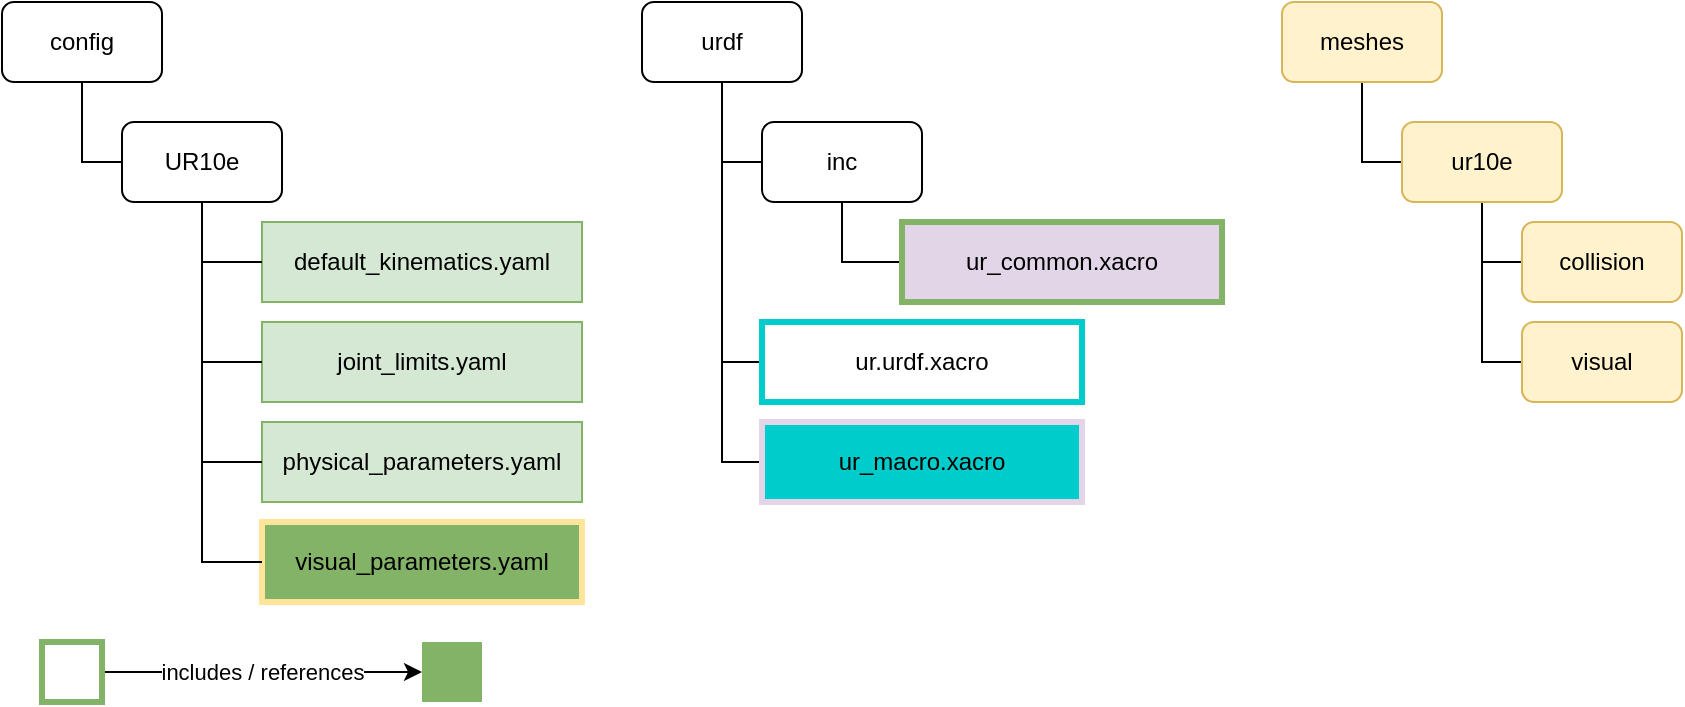
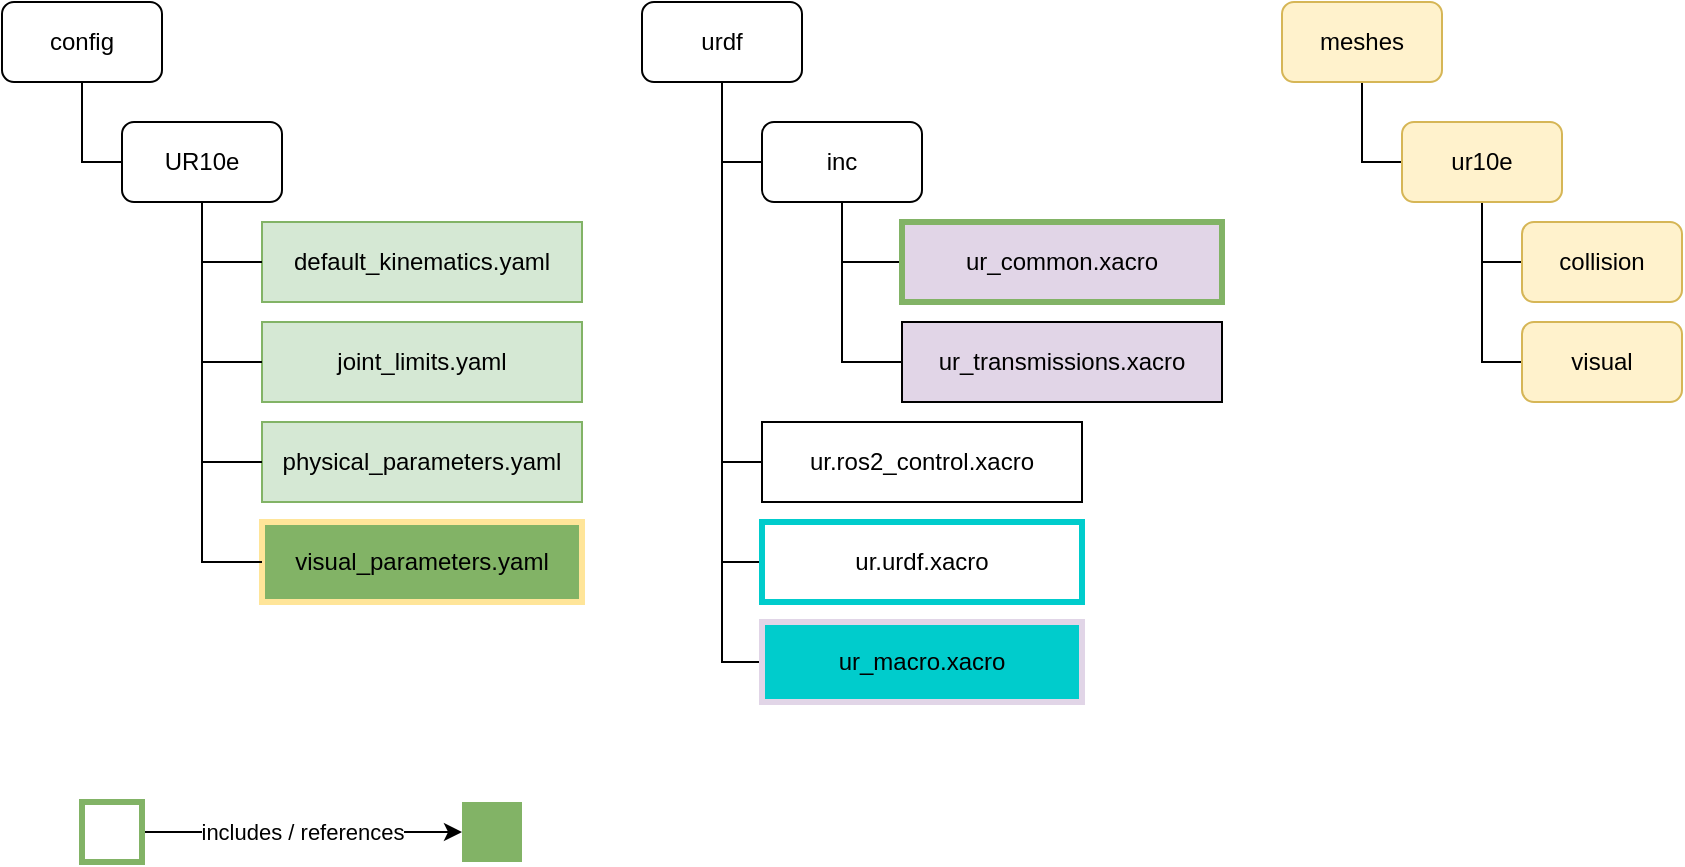
- <mxfile host="Electron" modified="2024-05-07T08:02:08.886Z" agent="Mozilla/5.0 (X11; Linux x86_64) AppleWebKit/537.36 (KHTML, like Gecko) draw.io/24.2.5 Chrome/120.0.6099.109 Electron/28.1.0 Safari/537.36" etag="nxehV0GyylGDc7L4ktMG" version="24.2.5" type="device">
-   <diagram id="pDn8dzBl-16yXPNHU6tY" name="Page-1">
-     <mxGraphModel dx="2074" dy="1239" grid="1" gridSize="10" guides="1" tooltips="1" connect="1" arrows="1" fold="1" page="1" pageScale="1" pageWidth="850" pageHeight="1100" math="0" shadow="0">
-       <root>
-         <mxCell id="0" />
-         <mxCell id="1" parent="0" />
-         <mxCell id="33WVNXEW1kgjeUYGu9OC-1" value="default_kinematics.yaml" style="rounded=0;whiteSpace=wrap;html=1;fillColor=#d5e8d4;strokeColor=#82b366;strokeWidth=1;" parent="1" vertex="1">
-           <mxGeometry x="130" y="110" width="160" height="40" as="geometry" />
-         </mxCell>
-         <mxCell id="33WVNXEW1kgjeUYGu9OC-2" value="joint_limits.yaml" style="rounded=0;whiteSpace=wrap;html=1;fillColor=#d5e8d4;strokeColor=#82b366;strokeWidth=1;" parent="1" vertex="1">
-           <mxGeometry x="130" y="160" width="160" height="40" as="geometry" />
-         </mxCell>
-         <mxCell id="33WVNXEW1kgjeUYGu9OC-3" value="physical_parameters.yaml" style="rounded=0;whiteSpace=wrap;html=1;fillColor=#d5e8d4;strokeColor=#82b366;strokeWidth=1;" parent="1" vertex="1">
-           <mxGeometry x="130" y="210" width="160" height="40" as="geometry" />
-         </mxCell>
-         <mxCell id="33WVNXEW1kgjeUYGu9OC-4" value="visual_parameters.yaml" style="rounded=0;whiteSpace=wrap;html=1;fillColor=#82B366;strokeColor=#FFE599;strokeWidth=3;" parent="1" vertex="1">
-           <mxGeometry x="130" y="260" width="160" height="40" as="geometry" />
-         </mxCell>
-         <mxCell id="33WVNXEW1kgjeUYGu9OC-13" style="edgeStyle=orthogonalEdgeStyle;rounded=0;orthogonalLoop=1;jettySize=auto;html=1;exitX=0.5;exitY=1;exitDx=0;exitDy=0;entryX=0;entryY=0.5;entryDx=0;entryDy=0;endArrow=none;endFill=0;" parent="1" source="33WVNXEW1kgjeUYGu9OC-5" target="33WVNXEW1kgjeUYGu9OC-1" edge="1">
-           <mxGeometry relative="1" as="geometry" />
-         </mxCell>
-         <mxCell id="33WVNXEW1kgjeUYGu9OC-15" style="edgeStyle=orthogonalEdgeStyle;rounded=0;orthogonalLoop=1;jettySize=auto;html=1;exitX=0.5;exitY=1;exitDx=0;exitDy=0;entryX=0;entryY=0.5;entryDx=0;entryDy=0;endArrow=none;endFill=0;" parent="1" source="33WVNXEW1kgjeUYGu9OC-5" target="33WVNXEW1kgjeUYGu9OC-2" edge="1">
-           <mxGeometry relative="1" as="geometry" />
-         </mxCell>
-         <mxCell id="33WVNXEW1kgjeUYGu9OC-16" style="edgeStyle=orthogonalEdgeStyle;rounded=0;orthogonalLoop=1;jettySize=auto;html=1;exitX=0.5;exitY=1;exitDx=0;exitDy=0;entryX=0;entryY=0.5;entryDx=0;entryDy=0;endArrow=none;endFill=0;" parent="1" source="33WVNXEW1kgjeUYGu9OC-5" target="33WVNXEW1kgjeUYGu9OC-3" edge="1">
-           <mxGeometry relative="1" as="geometry" />
-         </mxCell>
-         <mxCell id="33WVNXEW1kgjeUYGu9OC-17" style="edgeStyle=orthogonalEdgeStyle;rounded=0;orthogonalLoop=1;jettySize=auto;html=1;exitX=0.5;exitY=1;exitDx=0;exitDy=0;entryX=0;entryY=0.5;entryDx=0;entryDy=0;endArrow=none;endFill=0;" parent="1" source="33WVNXEW1kgjeUYGu9OC-5" target="33WVNXEW1kgjeUYGu9OC-4" edge="1">
-           <mxGeometry relative="1" as="geometry" />
-         </mxCell>
-         <mxCell id="33WVNXEW1kgjeUYGu9OC-5" value="UR10e" style="rounded=1;whiteSpace=wrap;html=1;" parent="1" vertex="1">
-           <mxGeometry x="60" y="60" width="80" height="40" as="geometry" />
-         </mxCell>
-         <mxCell id="33WVNXEW1kgjeUYGu9OC-9" style="edgeStyle=orthogonalEdgeStyle;rounded=0;orthogonalLoop=1;jettySize=auto;html=1;exitX=0.5;exitY=1;exitDx=0;exitDy=0;entryX=0;entryY=0.5;entryDx=0;entryDy=0;endArrow=none;endFill=0;" parent="1" source="33WVNXEW1kgjeUYGu9OC-6" target="33WVNXEW1kgjeUYGu9OC-5" edge="1">
-           <mxGeometry relative="1" as="geometry" />
-         </mxCell>
-         <mxCell id="33WVNXEW1kgjeUYGu9OC-6" value="config" style="rounded=1;whiteSpace=wrap;html=1;" parent="1" vertex="1">
-           <mxGeometry width="80" height="40" as="geometry" />
-         </mxCell>
-         <mxCell id="33WVNXEW1kgjeUYGu9OC-21" style="edgeStyle=orthogonalEdgeStyle;rounded=0;orthogonalLoop=1;jettySize=auto;html=1;exitX=0.5;exitY=1;exitDx=0;exitDy=0;entryX=0;entryY=0.5;entryDx=0;entryDy=0;endArrow=none;endFill=0;" parent="1" source="33WVNXEW1kgjeUYGu9OC-19" target="33WVNXEW1kgjeUYGu9OC-20" edge="1">
-           <mxGeometry relative="1" as="geometry" />
-         </mxCell>
-         <mxCell id="33WVNXEW1kgjeUYGu9OC-30" style="edgeStyle=orthogonalEdgeStyle;rounded=0;orthogonalLoop=1;jettySize=auto;html=1;exitX=0.5;exitY=1;exitDx=0;exitDy=0;entryX=0;entryY=0.5;entryDx=0;entryDy=0;endArrow=none;endFill=0;" parent="1" source="33WVNXEW1kgjeUYGu9OC-19" target="33WVNXEW1kgjeUYGu9OC-27" edge="1">
-           <mxGeometry relative="1" as="geometry" />
-         </mxCell>
-         <mxCell id="33WVNXEW1kgjeUYGu9OC-31" style="edgeStyle=orthogonalEdgeStyle;rounded=0;orthogonalLoop=1;jettySize=auto;html=1;exitX=0.5;exitY=1;exitDx=0;exitDy=0;entryX=0;entryY=0.5;entryDx=0;entryDy=0;endArrow=none;endFill=0;" parent="1" source="33WVNXEW1kgjeUYGu9OC-19" target="33WVNXEW1kgjeUYGu9OC-28" edge="1">
-           <mxGeometry relative="1" as="geometry" />
-         </mxCell>
-         <mxCell id="33WVNXEW1kgjeUYGu9OC-19" value="urdf" style="rounded=1;whiteSpace=wrap;html=1;" parent="1" vertex="1">
-           <mxGeometry x="320" width="80" height="40" as="geometry" />
-         </mxCell>
-         <mxCell id="33WVNXEW1kgjeUYGu9OC-23" style="edgeStyle=orthogonalEdgeStyle;rounded=0;orthogonalLoop=1;jettySize=auto;html=1;exitX=0.5;exitY=1;exitDx=0;exitDy=0;entryX=0;entryY=0.5;entryDx=0;entryDy=0;endArrow=none;endFill=0;" parent="1" source="33WVNXEW1kgjeUYGu9OC-20" target="33WVNXEW1kgjeUYGu9OC-22" edge="1">
-           <mxGeometry relative="1" as="geometry" />
-         </mxCell>
-         <mxCell id="33WVNXEW1kgjeUYGu9OC-20" value="inc" style="rounded=1;whiteSpace=wrap;html=1;" parent="1" vertex="1">
-           <mxGeometry x="380" y="60" width="80" height="40" as="geometry" />
-         </mxCell>
-         <mxCell id="33WVNXEW1kgjeUYGu9OC-22" value="ur_common.xacro" style="rounded=0;whiteSpace=wrap;html=1;fillColor=#e1d5e7;strokeColor=#82B366;strokeWidth=3;" parent="1" vertex="1">
-           <mxGeometry x="450" y="110" width="160" height="40" as="geometry" />
-         </mxCell>
-         <mxCell id="33WVNXEW1kgjeUYGu9OC-27" value="ur.urdf.xacro" style="rounded=0;whiteSpace=wrap;html=1;fillColor=none;strokeColor=#00CCCC;strokeWidth=3;" parent="1" vertex="1">
-           <mxGeometry x="380" y="160" width="160" height="40" as="geometry" />
-         </mxCell>
-         <mxCell id="33WVNXEW1kgjeUYGu9OC-28" value="ur_macro.xacro" style="rounded=0;whiteSpace=wrap;html=1;fillColor=#00CCCC;strokeColor=#E1D5E7;strokeWidth=3;" parent="1" vertex="1">
-           <mxGeometry x="380" y="210" width="160" height="40" as="geometry" />
-         </mxCell>
-         <mxCell id="33WVNXEW1kgjeUYGu9OC-37" style="edgeStyle=orthogonalEdgeStyle;rounded=0;orthogonalLoop=1;jettySize=auto;html=1;exitX=0.5;exitY=1;exitDx=0;exitDy=0;entryX=0;entryY=0.5;entryDx=0;entryDy=0;endArrow=none;endFill=0;" parent="1" source="33WVNXEW1kgjeUYGu9OC-32" target="33WVNXEW1kgjeUYGu9OC-33" edge="1">
-           <mxGeometry relative="1" as="geometry" />
-         </mxCell>
-         <mxCell id="33WVNXEW1kgjeUYGu9OC-32" value="meshes" style="rounded=1;whiteSpace=wrap;html=1;fillColor=#fff2cc;strokeColor=#d6b656;" parent="1" vertex="1">
-           <mxGeometry x="640" width="80" height="40" as="geometry" />
-         </mxCell>
-         <mxCell id="33WVNXEW1kgjeUYGu9OC-40" style="edgeStyle=orthogonalEdgeStyle;rounded=0;orthogonalLoop=1;jettySize=auto;html=1;exitX=0.5;exitY=1;exitDx=0;exitDy=0;entryX=0;entryY=0.5;entryDx=0;entryDy=0;endArrow=none;endFill=0;" parent="1" source="33WVNXEW1kgjeUYGu9OC-33" target="33WVNXEW1kgjeUYGu9OC-35" edge="1">
-           <mxGeometry relative="1" as="geometry" />
-         </mxCell>
-         <mxCell id="33WVNXEW1kgjeUYGu9OC-41" style="edgeStyle=orthogonalEdgeStyle;rounded=0;orthogonalLoop=1;jettySize=auto;html=1;exitX=0.5;exitY=1;exitDx=0;exitDy=0;entryX=0;entryY=0.5;entryDx=0;entryDy=0;endArrow=none;endFill=0;" parent="1" source="33WVNXEW1kgjeUYGu9OC-33" target="33WVNXEW1kgjeUYGu9OC-34" edge="1">
-           <mxGeometry relative="1" as="geometry">
-             <Array as="points">
-               <mxPoint x="740" y="130" />
-             </Array>
-           </mxGeometry>
-         </mxCell>
-         <mxCell id="33WVNXEW1kgjeUYGu9OC-33" value="ur10e" style="rounded=1;whiteSpace=wrap;html=1;fillColor=#fff2cc;strokeColor=#d6b656;" parent="1" vertex="1">
-           <mxGeometry x="700" y="60" width="80" height="40" as="geometry" />
-         </mxCell>
-         <mxCell id="33WVNXEW1kgjeUYGu9OC-34" value="collision" style="rounded=1;whiteSpace=wrap;html=1;fillColor=#fff2cc;strokeColor=#d6b656;" parent="1" vertex="1">
-           <mxGeometry x="760" y="110" width="80" height="40" as="geometry" />
-         </mxCell>
-         <mxCell id="33WVNXEW1kgjeUYGu9OC-35" value="visual" style="rounded=1;whiteSpace=wrap;html=1;fillColor=#fff2cc;strokeColor=#d6b656;" parent="1" vertex="1">
-           <mxGeometry x="760" y="160" width="80" height="40" as="geometry" />
-         </mxCell>
-         <mxCell id="33WVNXEW1kgjeUYGu9OC-46" value="includes / references" style="edgeStyle=orthogonalEdgeStyle;rounded=0;orthogonalLoop=1;jettySize=auto;html=1;exitX=1;exitY=0.5;exitDx=0;exitDy=0;entryX=0;entryY=0.5;entryDx=0;entryDy=0;endArrow=classic;endFill=1;" parent="1" source="33WVNXEW1kgjeUYGu9OC-44" target="33WVNXEW1kgjeUYGu9OC-45" edge="1">
-           <mxGeometry relative="1" as="geometry" />
-         </mxCell>
-         <mxCell id="33WVNXEW1kgjeUYGu9OC-44" value="" style="rounded=0;whiteSpace=wrap;html=1;strokeColor=#82B366;strokeWidth=3;fillColor=none;" parent="1" vertex="1">
-           <mxGeometry x="20" y="320" width="30" height="30" as="geometry" />
-         </mxCell>
-         <mxCell id="33WVNXEW1kgjeUYGu9OC-45" value="" style="rounded=0;whiteSpace=wrap;html=1;strokeColor=none;strokeWidth=3;fillColor=#82B366;" parent="1" vertex="1">
-           <mxGeometry x="210" y="320" width="30" height="30" as="geometry" />
-         </mxCell>
-       </root>
-     </mxGraphModel>
-   </diagram>
- </mxfile>
+ <mxfile host="Electron" modified="2022-02-01T11:30:39.491Z" agent="5.0 (X11; Linux x86_64) AppleWebKit/537.36 (KHTML, like Gecko) draw.io/15.7.3 Chrome/91.0.4472.164 Electron/13.6.1 Safari/537.36" etag="_ghrzCg_53tXUr8uTnW9" version="15.7.3" type="device"><diagram id="pDn8dzBl-16yXPNHU6tY" name="Page-1"><mxGraphModel dx="760" dy="597" grid="1" gridSize="10" guides="1" tooltips="1" connect="1" arrows="1" fold="1" page="1" pageScale="1" pageWidth="850" pageHeight="1100" math="0" shadow="0"><root><mxCell id="0"/><mxCell id="1" parent="0"/><mxCell id="33WVNXEW1kgjeUYGu9OC-1" value="default_kinematics.yaml" style="rounded=0;whiteSpace=wrap;html=1;fillColor=#d5e8d4;strokeColor=#82b366;strokeWidth=1;" vertex="1" parent="1"><mxGeometry x="130" y="110" width="160" height="40" as="geometry"/></mxCell><mxCell id="33WVNXEW1kgjeUYGu9OC-2" value="joint_limits.yaml" style="rounded=0;whiteSpace=wrap;html=1;fillColor=#d5e8d4;strokeColor=#82b366;strokeWidth=1;" vertex="1" parent="1"><mxGeometry x="130" y="160" width="160" height="40" as="geometry"/></mxCell><mxCell id="33WVNXEW1kgjeUYGu9OC-3" value="physical_parameters.yaml" style="rounded=0;whiteSpace=wrap;html=1;fillColor=#d5e8d4;strokeColor=#82b366;strokeWidth=1;" vertex="1" parent="1"><mxGeometry x="130" y="210" width="160" height="40" as="geometry"/></mxCell><mxCell id="33WVNXEW1kgjeUYGu9OC-4" value="visual_parameters.yaml" style="rounded=0;whiteSpace=wrap;html=1;fillColor=#82B366;strokeColor=#FFE599;strokeWidth=3;" vertex="1" parent="1"><mxGeometry x="130" y="260" width="160" height="40" as="geometry"/></mxCell><mxCell id="33WVNXEW1kgjeUYGu9OC-13" style="edgeStyle=orthogonalEdgeStyle;rounded=0;orthogonalLoop=1;jettySize=auto;html=1;exitX=0.5;exitY=1;exitDx=0;exitDy=0;entryX=0;entryY=0.5;entryDx=0;entryDy=0;endArrow=none;endFill=0;" edge="1" parent="1" source="33WVNXEW1kgjeUYGu9OC-5" target="33WVNXEW1kgjeUYGu9OC-1"><mxGeometry relative="1" as="geometry"/></mxCell><mxCell id="33WVNXEW1kgjeUYGu9OC-15" style="edgeStyle=orthogonalEdgeStyle;rounded=0;orthogonalLoop=1;jettySize=auto;html=1;exitX=0.5;exitY=1;exitDx=0;exitDy=0;entryX=0;entryY=0.5;entryDx=0;entryDy=0;endArrow=none;endFill=0;" edge="1" parent="1" source="33WVNXEW1kgjeUYGu9OC-5" target="33WVNXEW1kgjeUYGu9OC-2"><mxGeometry relative="1" as="geometry"/></mxCell><mxCell id="33WVNXEW1kgjeUYGu9OC-16" style="edgeStyle=orthogonalEdgeStyle;rounded=0;orthogonalLoop=1;jettySize=auto;html=1;exitX=0.5;exitY=1;exitDx=0;exitDy=0;entryX=0;entryY=0.5;entryDx=0;entryDy=0;endArrow=none;endFill=0;" edge="1" parent="1" source="33WVNXEW1kgjeUYGu9OC-5" target="33WVNXEW1kgjeUYGu9OC-3"><mxGeometry relative="1" as="geometry"/></mxCell><mxCell id="33WVNXEW1kgjeUYGu9OC-17" style="edgeStyle=orthogonalEdgeStyle;rounded=0;orthogonalLoop=1;jettySize=auto;html=1;exitX=0.5;exitY=1;exitDx=0;exitDy=0;entryX=0;entryY=0.5;entryDx=0;entryDy=0;endArrow=none;endFill=0;" edge="1" parent="1" source="33WVNXEW1kgjeUYGu9OC-5" target="33WVNXEW1kgjeUYGu9OC-4"><mxGeometry relative="1" as="geometry"/></mxCell><mxCell id="33WVNXEW1kgjeUYGu9OC-5" value="UR10e" style="rounded=1;whiteSpace=wrap;html=1;" vertex="1" parent="1"><mxGeometry x="60" y="60" width="80" height="40" as="geometry"/></mxCell><mxCell id="33WVNXEW1kgjeUYGu9OC-9" style="edgeStyle=orthogonalEdgeStyle;rounded=0;orthogonalLoop=1;jettySize=auto;html=1;exitX=0.5;exitY=1;exitDx=0;exitDy=0;entryX=0;entryY=0.5;entryDx=0;entryDy=0;endArrow=none;endFill=0;" edge="1" parent="1" source="33WVNXEW1kgjeUYGu9OC-6" target="33WVNXEW1kgjeUYGu9OC-5"><mxGeometry relative="1" as="geometry"/></mxCell><mxCell id="33WVNXEW1kgjeUYGu9OC-6" value="config" style="rounded=1;whiteSpace=wrap;html=1;" vertex="1" parent="1"><mxGeometry width="80" height="40" as="geometry"/></mxCell><mxCell id="33WVNXEW1kgjeUYGu9OC-21" style="edgeStyle=orthogonalEdgeStyle;rounded=0;orthogonalLoop=1;jettySize=auto;html=1;exitX=0.5;exitY=1;exitDx=0;exitDy=0;entryX=0;entryY=0.5;entryDx=0;entryDy=0;endArrow=none;endFill=0;" edge="1" parent="1" source="33WVNXEW1kgjeUYGu9OC-19" target="33WVNXEW1kgjeUYGu9OC-20"><mxGeometry relative="1" as="geometry"/></mxCell><mxCell id="33WVNXEW1kgjeUYGu9OC-29" style="edgeStyle=orthogonalEdgeStyle;rounded=0;orthogonalLoop=1;jettySize=auto;html=1;exitX=0.5;exitY=1;exitDx=0;exitDy=0;entryX=0;entryY=0.5;entryDx=0;entryDy=0;endArrow=none;endFill=0;" edge="1" parent="1" source="33WVNXEW1kgjeUYGu9OC-19" target="33WVNXEW1kgjeUYGu9OC-26"><mxGeometry relative="1" as="geometry"/></mxCell><mxCell id="33WVNXEW1kgjeUYGu9OC-30" style="edgeStyle=orthogonalEdgeStyle;rounded=0;orthogonalLoop=1;jettySize=auto;html=1;exitX=0.5;exitY=1;exitDx=0;exitDy=0;entryX=0;entryY=0.5;entryDx=0;entryDy=0;endArrow=none;endFill=0;" edge="1" parent="1" source="33WVNXEW1kgjeUYGu9OC-19" target="33WVNXEW1kgjeUYGu9OC-27"><mxGeometry relative="1" as="geometry"/></mxCell><mxCell id="33WVNXEW1kgjeUYGu9OC-31" style="edgeStyle=orthogonalEdgeStyle;rounded=0;orthogonalLoop=1;jettySize=auto;html=1;exitX=0.5;exitY=1;exitDx=0;exitDy=0;entryX=0;entryY=0.5;entryDx=0;entryDy=0;endArrow=none;endFill=0;" edge="1" parent="1" source="33WVNXEW1kgjeUYGu9OC-19" target="33WVNXEW1kgjeUYGu9OC-28"><mxGeometry relative="1" as="geometry"/></mxCell><mxCell id="33WVNXEW1kgjeUYGu9OC-19" value="urdf" style="rounded=1;whiteSpace=wrap;html=1;" vertex="1" parent="1"><mxGeometry x="320" width="80" height="40" as="geometry"/></mxCell><mxCell id="33WVNXEW1kgjeUYGu9OC-23" style="edgeStyle=orthogonalEdgeStyle;rounded=0;orthogonalLoop=1;jettySize=auto;html=1;exitX=0.5;exitY=1;exitDx=0;exitDy=0;entryX=0;entryY=0.5;entryDx=0;entryDy=0;endArrow=none;endFill=0;" edge="1" parent="1" source="33WVNXEW1kgjeUYGu9OC-20" target="33WVNXEW1kgjeUYGu9OC-22"><mxGeometry relative="1" as="geometry"/></mxCell><mxCell id="33WVNXEW1kgjeUYGu9OC-25" style="edgeStyle=orthogonalEdgeStyle;rounded=0;orthogonalLoop=1;jettySize=auto;html=1;exitX=0.5;exitY=1;exitDx=0;exitDy=0;entryX=0;entryY=0.5;entryDx=0;entryDy=0;endArrow=none;endFill=0;" edge="1" parent="1" source="33WVNXEW1kgjeUYGu9OC-20" target="33WVNXEW1kgjeUYGu9OC-24"><mxGeometry relative="1" as="geometry"/></mxCell><mxCell id="33WVNXEW1kgjeUYGu9OC-20" value="inc" style="rounded=1;whiteSpace=wrap;html=1;" vertex="1" parent="1"><mxGeometry x="380" y="60" width="80" height="40" as="geometry"/></mxCell><mxCell id="33WVNXEW1kgjeUYGu9OC-22" value="ur_common.xacro" style="rounded=0;whiteSpace=wrap;html=1;fillColor=#e1d5e7;strokeColor=#82B366;strokeWidth=3;" vertex="1" parent="1"><mxGeometry x="450" y="110" width="160" height="40" as="geometry"/></mxCell><mxCell id="33WVNXEW1kgjeUYGu9OC-24" value="ur_transmissions.xacro" style="rounded=0;whiteSpace=wrap;html=1;fillColor=#E1D5E7;" vertex="1" parent="1"><mxGeometry x="450" y="160" width="160" height="40" as="geometry"/></mxCell><mxCell id="33WVNXEW1kgjeUYGu9OC-26" value="ur.ros2_control.xacro" style="rounded=0;whiteSpace=wrap;html=1;" vertex="1" parent="1"><mxGeometry x="380" y="210" width="160" height="40" as="geometry"/></mxCell><mxCell id="33WVNXEW1kgjeUYGu9OC-27" value="ur.urdf.xacro" style="rounded=0;whiteSpace=wrap;html=1;fillColor=none;strokeColor=#00CCCC;strokeWidth=3;" vertex="1" parent="1"><mxGeometry x="380" y="260" width="160" height="40" as="geometry"/></mxCell><mxCell id="33WVNXEW1kgjeUYGu9OC-28" value="ur_macro.xacro" style="rounded=0;whiteSpace=wrap;html=1;fillColor=#00CCCC;strokeColor=#E1D5E7;strokeWidth=3;" vertex="1" parent="1"><mxGeometry x="380" y="310" width="160" height="40" as="geometry"/></mxCell><mxCell id="33WVNXEW1kgjeUYGu9OC-37" style="edgeStyle=orthogonalEdgeStyle;rounded=0;orthogonalLoop=1;jettySize=auto;html=1;exitX=0.5;exitY=1;exitDx=0;exitDy=0;entryX=0;entryY=0.5;entryDx=0;entryDy=0;endArrow=none;endFill=0;" edge="1" parent="1" source="33WVNXEW1kgjeUYGu9OC-32" target="33WVNXEW1kgjeUYGu9OC-33"><mxGeometry relative="1" as="geometry"/></mxCell><mxCell id="33WVNXEW1kgjeUYGu9OC-32" value="meshes" style="rounded=1;whiteSpace=wrap;html=1;fillColor=#fff2cc;strokeColor=#d6b656;" vertex="1" parent="1"><mxGeometry x="640" width="80" height="40" as="geometry"/></mxCell><mxCell id="33WVNXEW1kgjeUYGu9OC-40" style="edgeStyle=orthogonalEdgeStyle;rounded=0;orthogonalLoop=1;jettySize=auto;html=1;exitX=0.5;exitY=1;exitDx=0;exitDy=0;entryX=0;entryY=0.5;entryDx=0;entryDy=0;endArrow=none;endFill=0;" edge="1" parent="1" source="33WVNXEW1kgjeUYGu9OC-33" target="33WVNXEW1kgjeUYGu9OC-35"><mxGeometry relative="1" as="geometry"/></mxCell><mxCell id="33WVNXEW1kgjeUYGu9OC-41" style="edgeStyle=orthogonalEdgeStyle;rounded=0;orthogonalLoop=1;jettySize=auto;html=1;exitX=0.5;exitY=1;exitDx=0;exitDy=0;entryX=0;entryY=0.5;entryDx=0;entryDy=0;endArrow=none;endFill=0;" edge="1" parent="1" source="33WVNXEW1kgjeUYGu9OC-33" target="33WVNXEW1kgjeUYGu9OC-34"><mxGeometry relative="1" as="geometry"><Array as="points"><mxPoint x="740" y="130"/></Array></mxGeometry></mxCell><mxCell id="33WVNXEW1kgjeUYGu9OC-33" value="ur10e" style="rounded=1;whiteSpace=wrap;html=1;fillColor=#fff2cc;strokeColor=#d6b656;" vertex="1" parent="1"><mxGeometry x="700" y="60" width="80" height="40" as="geometry"/></mxCell><mxCell id="33WVNXEW1kgjeUYGu9OC-34" value="collision" style="rounded=1;whiteSpace=wrap;html=1;fillColor=#fff2cc;strokeColor=#d6b656;" vertex="1" parent="1"><mxGeometry x="760" y="110" width="80" height="40" as="geometry"/></mxCell><mxCell id="33WVNXEW1kgjeUYGu9OC-35" value="visual" style="rounded=1;whiteSpace=wrap;html=1;fillColor=#fff2cc;strokeColor=#d6b656;" vertex="1" parent="1"><mxGeometry x="760" y="160" width="80" height="40" as="geometry"/></mxCell><mxCell id="33WVNXEW1kgjeUYGu9OC-46" value="includes / references" style="edgeStyle=orthogonalEdgeStyle;rounded=0;orthogonalLoop=1;jettySize=auto;html=1;exitX=1;exitY=0.5;exitDx=0;exitDy=0;entryX=0;entryY=0.5;entryDx=0;entryDy=0;endArrow=classic;endFill=1;" edge="1" parent="1" source="33WVNXEW1kgjeUYGu9OC-44" target="33WVNXEW1kgjeUYGu9OC-45"><mxGeometry relative="1" as="geometry"/></mxCell><mxCell id="33WVNXEW1kgjeUYGu9OC-44" value="" style="rounded=0;whiteSpace=wrap;html=1;strokeColor=#82B366;strokeWidth=3;fillColor=none;" vertex="1" parent="1"><mxGeometry x="40" y="400" width="30" height="30" as="geometry"/></mxCell><mxCell id="33WVNXEW1kgjeUYGu9OC-45" value="" style="rounded=0;whiteSpace=wrap;html=1;strokeColor=none;strokeWidth=3;fillColor=#82B366;" vertex="1" parent="1"><mxGeometry x="230" y="400" width="30" height="30" as="geometry"/></mxCell></root></mxGraphModel></diagram></mxfile>
